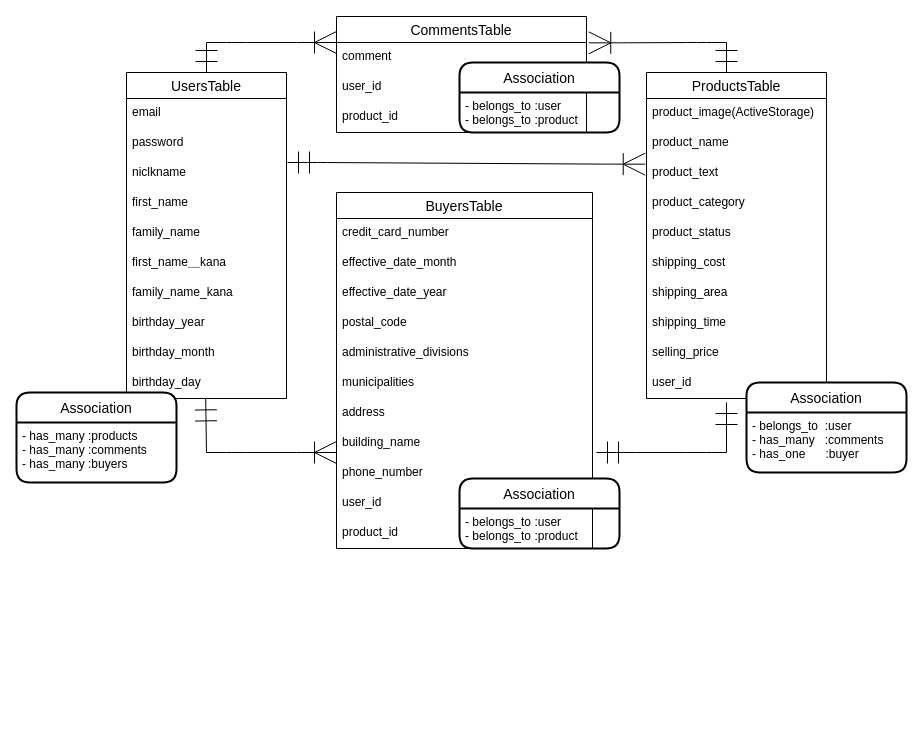
This is ER.dio from wakachico/furima-36117, a draw.io file, before an edit. Source tidied: cells renumbered, new cells numbered last; positions are measured from the earlier drawing's top-left corner, leaving out a move shared by most shapes. Both pictures are drawn from the tidied source at 100%, with x=0, y=0 at pixel (16, 16).
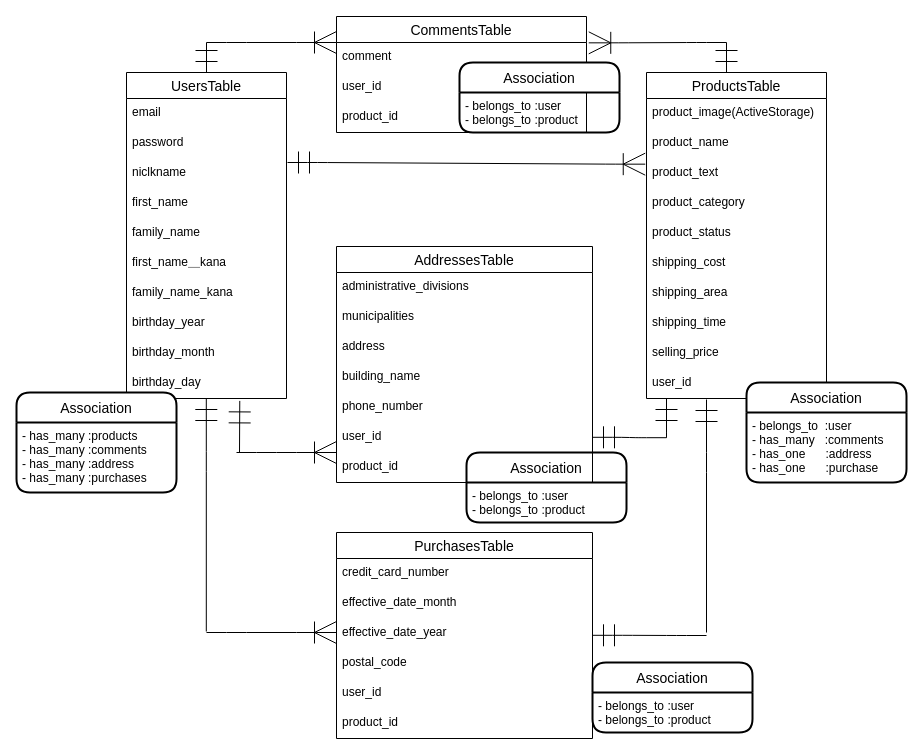
After the change.

Commit message (it also covers changes not shown here):
レビュー修正

Unchanged cells that the change refers to:
```xml
<mxCell id="12" value="birthday_day" style="text;strokeColor=none;fillColor=none;spacingLeft=4;spacingRight=4;overflow=hidden;points=[[0,0.5],[1,0.5]];portConstraint=eastwest;fontSize=12;" parent="2" vertex="1">
  <mxGeometry y="296" width="160" height="30" as="geometry" />
</mxCell>
```

The edit, as a diff of the source:
```diff
@@
-    <mxCell id="24" value="BuyersTable" style="swimlane;fontStyle=0;horizontal=1;startSize=26;align=center;fontSize=14;" parent="1" vertex="1">
-      <mxGeometry x="320" y="176" width="256" height="356" as="geometry" />
+    <mxCell id="24" value="PurchasesTable" style="swimlane;fontStyle=0;horizontal=1;startSize=26;align=center;fontSize=14;" parent="1" vertex="1">
+      <mxGeometry x="320" y="516" width="256" height="206" as="geometry" />
     </mxCell>
@@
-    <mxCell id="29" value="administrative_divisions" style="text;strokeColor=none;fillColor=none;spacingLeft=4;spacingRight=4;overflow=hidden;fontSize=12;" parent="24" vertex="1">
-      <mxGeometry y="146" width="256" height="30" as="geometry" />
-    </mxCell>
-    <mxCell id="30" value="municipalities" style="text;strokeColor=none;fillColor=none;spacingLeft=4;spacingRight=4;overflow=hidden;fontSize=12;" parent="24" vertex="1">
-      <mxGeometry y="176" width="256" height="30" as="geometry" />
-    </mxCell>
-    <mxCell id="31" value="address " style="text;strokeColor=none;fillColor=none;spacingLeft=4;spacingRight=4;overflow=hidden;fontSize=12;" parent="24" vertex="1">
-      <mxGeometry y="206" width="256" height="30" as="geometry" />
-    </mxCell>
-    <mxCell id="32" value="building_name" style="text;strokeColor=none;fillColor=none;spacingLeft=4;spacingRight=4;overflow=hidden;fontSize=12;" parent="24" vertex="1">
-      <mxGeometry y="236" width="256" height="30" as="geometry" />
-    </mxCell>
-    <mxCell id="33" value="phone_number" style="text;strokeColor=none;fillColor=none;spacingLeft=4;spacingRight=4;overflow=hidden;fontSize=12;" parent="24" vertex="1">
-      <mxGeometry y="266" width="256" height="30" as="geometry" />
-    </mxCell>
     <mxCell id="34" value="user_id" style="text;strokeColor=none;fillColor=none;spacingLeft=4;spacingRight=4;overflow=hidden;fontSize=12;" parent="24" vertex="1">
-      <mxGeometry y="296" width="256" height="30" as="geometry" />
+      <mxGeometry y="146" width="256" height="30" as="geometry" />
     </mxCell>
     <mxCell id="35" value="product_id" style="text;strokeColor=none;fillColor=none;spacingLeft=4;spacingRight=4;overflow=hidden;fontSize=12;" parent="24" vertex="1">
-      <mxGeometry y="326" width="256" height="30" as="geometry" />
+      <mxGeometry y="176" width="256" height="30" as="geometry" />
     </mxCell>
@@
     <mxCell id="37" style="edgeStyle=entityRelationEdgeStyle;fontSize=12;html=1;endArrow=none;startSize=20;endSize=20;startArrow=ERmandOne;startFill=0;endFill=0;" parent="1" edge="1">
       <mxGeometry relative="1" as="geometry">
-        <mxPoint x="580" y="436" as="sourcePoint" />
-        <mxPoint x="710" y="436" as="targetPoint" />
+        <mxPoint x="576" y="420.8" as="sourcePoint" />
+        <mxPoint x="650" y="421.2" as="targetPoint" />
       </mxGeometry>
     </mxCell>
     <mxCell id="38" style="edgeStyle=entityRelationEdgeStyle;fontSize=12;html=1;endArrow=ERoneToMany;startSize=20;endSize=20;" parent="1" edge="1">
       <mxGeometry relative="1" as="geometry">
-        <mxPoint x="190" y="436" as="sourcePoint" />
+        <mxPoint x="220" y="436" as="sourcePoint" />
         <mxPoint x="320" y="436" as="targetPoint" />
       </mxGeometry>
     </mxCell>
-    <mxCell id="39" style="endArrow=none;html=1;fontSize=11;startSize=20;endSize=20;exitX=0.495;exitY=1.013;exitDx=0;exitDy=0;exitPerimeter=0;startArrow=ERmandOne;startFill=0;" parent="1" edge="1" source="12">
+    <mxCell id="39" style="endArrow=none;html=1;fontSize=11;startSize=20;endSize=20;exitX=0.708;exitY=1.08;exitDx=0;exitDy=0;exitPerimeter=0;startArrow=ERmandOne;startFill=0;" parent="1" edge="1" source="12">
       <mxGeometry relative="1" as="geometry">
-        <mxPoint x="190" y="436" as="targetPoint" />
+        <mxPoint x="223" y="436" as="targetPoint" />
+        <Array as="points">
+          <mxPoint x="223" y="436" />
+        </Array>
       </mxGeometry>
     </mxCell>
     <mxCell id="40" style="endArrow=none;html=1;fontSize=11;startSize=20;endSize=20;startArrow=ERmandOne;startFill=0;" parent="1" edge="1">
       <mxGeometry relative="1" as="geometry">
-        <mxPoint x="710" y="386" as="sourcePoint" />
-        <mxPoint x="710" y="436" as="targetPoint" />
+        <mxPoint x="650" y="382" as="sourcePoint" />
+        <mxPoint x="650" y="406" as="targetPoint" />
         <Array as="points">
-          <mxPoint x="710" y="436" />
+          <mxPoint x="650" y="426" />
         </Array>
       </mxGeometry>
     </mxCell>
@@
     <mxCell id="51" value="Association" style="swimlane;horizontal=1;startSize=30;rounded=1;fontSize=14;fontStyle=0;strokeWidth=2;shadow=0;dashed=0;align=center;" parent="1" vertex="1">
-      <mxGeometry y="376" width="160" height="90" as="geometry" />
+      <mxGeometry y="376" width="160" height="100" as="geometry" />
     </mxCell>
-    <mxCell id="52" value="- has_many :products&#10;- has_many :comments&#10;- has_many :buyers" style="align=left;strokeColor=none;fillColor=none;spacingLeft=4;fontSize=12;verticalAlign=top;" parent="51" vertex="1">
-      <mxGeometry y="30" width="160" height="60" as="geometry" />
+    <mxCell id="52" value="- has_many :products&#10;- has_many :comments&#10;- has_many :address&#10;- has_many :purchases" style="align=left;strokeColor=none;fillColor=none;spacingLeft=4;fontSize=12;verticalAlign=top;" parent="51" vertex="1">
+      <mxGeometry y="30" width="160" height="70" as="geometry" />
     </mxCell>
     <mxCell id="53" value="Association" style="swimlane;horizontal=1;startSize=30;rounded=1;fontSize=14;fontStyle=0;strokeWidth=2;shadow=0;dashed=0;align=center;" parent="1" vertex="1">
-      <mxGeometry x="730" y="366" width="160" height="90" as="geometry" />
+      <mxGeometry x="730" y="366" width="160" height="100" as="geometry" />
     </mxCell>
-    <mxCell id="54" value="- belongs_to  :user&#10;- has_many   :comments&#10;- has_one      :buyer" style="align=left;strokeColor=none;fillColor=none;spacingLeft=4;fontSize=12;verticalAlign=top;" parent="53" vertex="1">
-      <mxGeometry y="30" width="160" height="60" as="geometry" />
+    <mxCell id="54" value="- belongs_to  :user&#10;- has_many   :comments&#10;- has_one      :address&#10;- has_one      :purchase" style="align=left;strokeColor=none;fillColor=none;spacingLeft=4;fontSize=12;verticalAlign=top;" parent="53" vertex="1">
+      <mxGeometry y="30" width="160" height="70" as="geometry" />
     </mxCell>
     <mxCell id="55" value="Association" style="swimlane;horizontal=1;startSize=30;rounded=1;fontSize=14;fontStyle=0;strokeWidth=2;shadow=0;dashed=0;align=center;" parent="1" vertex="1">
-      <mxGeometry x="443" y="462" width="160" height="70" as="geometry" />
+      <mxGeometry x="450" y="436" width="160" height="70" as="geometry" />
     </mxCell>
@@
+    <mxCell id="57" value="AddressesTable" style="swimlane;fontStyle=0;horizontal=1;startSize=26;align=center;fontSize=14;" parent="1" vertex="1">
+      <mxGeometry x="320" y="230" width="256" height="236" as="geometry" />
+    </mxCell>
+    <mxCell id="29" value="administrative_divisions" style="text;strokeColor=none;fillColor=none;spacingLeft=4;spacingRight=4;overflow=hidden;fontSize=12;" parent="57" vertex="1">
+      <mxGeometry y="26" width="256" height="30" as="geometry" />
+    </mxCell>
+    <mxCell id="30" value="municipalities" style="text;strokeColor=none;fillColor=none;spacingLeft=4;spacingRight=4;overflow=hidden;fontSize=12;" parent="57" vertex="1">
+      <mxGeometry y="56" width="256" height="30" as="geometry" />
+    </mxCell>
+    <mxCell id="31" value="address " style="text;strokeColor=none;fillColor=none;spacingLeft=4;spacingRight=4;overflow=hidden;fontSize=12;" parent="57" vertex="1">
+      <mxGeometry y="86" width="256" height="30" as="geometry" />
+    </mxCell>
+    <mxCell id="32" value="building_name" style="text;strokeColor=none;fillColor=none;spacingLeft=4;spacingRight=4;overflow=hidden;fontSize=12;" parent="57" vertex="1">
+      <mxGeometry y="116" width="256" height="30" as="geometry" />
+    </mxCell>
+    <mxCell id="33" value="phone_number" style="text;strokeColor=none;fillColor=none;spacingLeft=4;spacingRight=4;overflow=hidden;fontSize=12;" parent="57" vertex="1">
+      <mxGeometry y="146" width="256" height="30" as="geometry" />
+    </mxCell>
+    <mxCell id="58" value="user_id" style="text;strokeColor=none;fillColor=none;spacingLeft=4;spacingRight=4;overflow=hidden;fontSize=12;" parent="57" vertex="1">
+      <mxGeometry y="176" width="256" height="30" as="geometry" />
+    </mxCell>
+    <mxCell id="59" value="product_id" style="text;strokeColor=none;fillColor=none;spacingLeft=4;spacingRight=4;overflow=hidden;fontSize=12;" parent="57" vertex="1">
+      <mxGeometry y="206" width="256" height="30" as="geometry" />
+    </mxCell>
+    <mxCell id="60" style="endArrow=none;html=1;fontSize=11;startSize=20;endSize=20;startArrow=ERmandOne;startFill=0;" parent="1" edge="1">
+      <mxGeometry relative="1" as="geometry">
+        <mxPoint x="690" y="383" as="sourcePoint" />
+        <mxPoint x="690" y="616" as="targetPoint" />
+        <Array as="points">
+          <mxPoint x="690" y="446" />
+        </Array>
+      </mxGeometry>
+    </mxCell>
+    <mxCell id="61" style="edgeStyle=entityRelationEdgeStyle;fontSize=12;html=1;endArrow=none;startSize=20;endSize=20;startArrow=ERmandOne;startFill=0;endFill=0;" parent="1" edge="1">
+      <mxGeometry relative="1" as="geometry">
+        <mxPoint x="576" y="618.8" as="sourcePoint" />
+        <mxPoint x="690" y="619" as="targetPoint" />
+      </mxGeometry>
+    </mxCell>
+    <mxCell id="62" style="endArrow=none;html=1;fontSize=11;startSize=20;endSize=20;startArrow=ERmandOne;startFill=0;" parent="1" edge="1">
+      <mxGeometry relative="1" as="geometry">
+        <mxPoint x="189.8" y="382" as="sourcePoint" />
+        <mxPoint x="189.8" y="615" as="targetPoint" />
+        <Array as="points">
+          <mxPoint x="189.8" y="445" />
+        </Array>
+      </mxGeometry>
+    </mxCell>
+    <mxCell id="63" style="edgeStyle=entityRelationEdgeStyle;fontSize=12;html=1;endArrow=ERoneToMany;startSize=20;endSize=20;" parent="1" edge="1">
+      <mxGeometry relative="1" as="geometry">
+        <mxPoint x="190" y="616" as="sourcePoint" />
+        <mxPoint x="320" y="616" as="targetPoint" />
+      </mxGeometry>
+    </mxCell>
+    <mxCell id="64" value="Association" style="swimlane;horizontal=1;startSize=30;rounded=1;fontSize=14;fontStyle=0;strokeWidth=2;shadow=0;dashed=0;align=center;" parent="1" vertex="1">
+      <mxGeometry x="576" y="646" width="160" height="70" as="geometry" />
+    </mxCell>
+    <mxCell id="65" value="- belongs_to :user&#10;- belongs_to :product" style="align=left;strokeColor=none;fillColor=none;spacingLeft=4;fontSize=12;verticalAlign=top;" parent="64" vertex="1">
+      <mxGeometry y="30" width="160" height="40" as="geometry" />
+    </mxCell>
```
